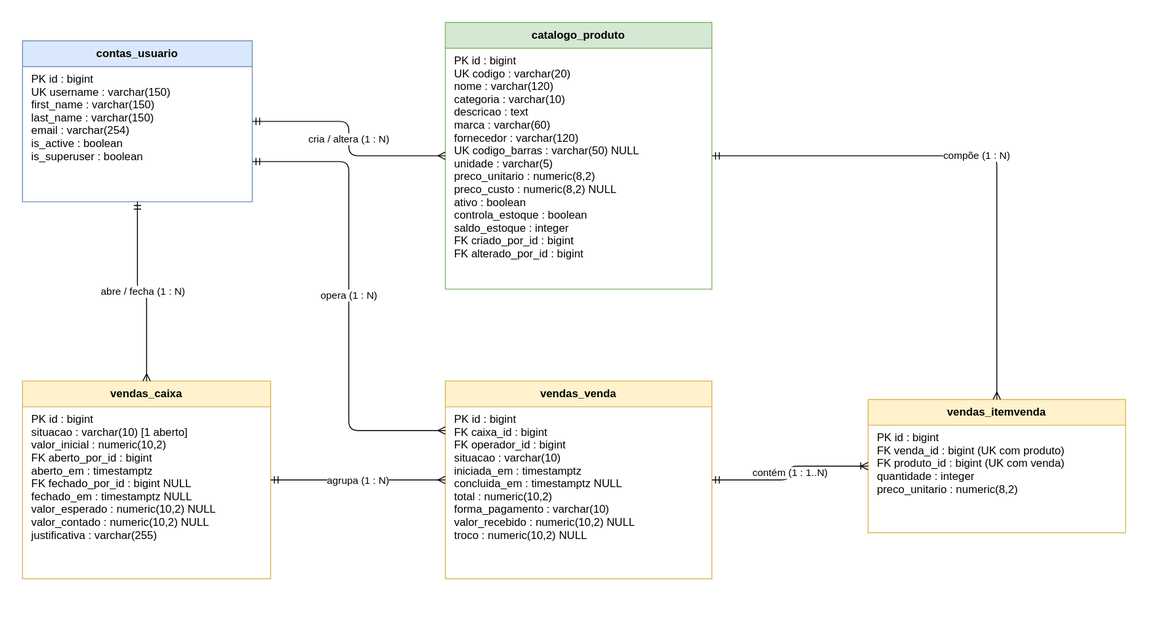
Earlier version of the draw.io export docs/diagramas/diagrama_er.drawio.svg (PedroGasparetto/sistema-dacomp). Source tidied: cells renumbered, new cells last; positions are measured from the earlier drawing's top-left corner, leaving out a move shared by most shapes. Its diagram source:
```xml
<mxGraphModel>
  <root>
    <mxCell id="0" />
    <mxCell id="1" parent="0" />
    <mxCell id="2" value="contas_usuario" style="swimlane;swimlaneFillColor=#ffffff;fontStyle=1;align=center;verticalAlign=top;horizontal=1;startSize=28;fillColor=#dae8fc;strokeColor=#6c8ebf;" parent="1" vertex="1">
      <mxGeometry y="20" width="250" height="175" as="geometry" />
    </mxCell>
    <mxCell id="3" value="PK  id : bigint&#10;UK  username : varchar(150)&#10;      first_name : varchar(150)&#10;      last_name : varchar(150)&#10;      email : varchar(254)&#10;      is_active : boolean&#10;      is_superuser : boolean" style="text;strokeColor=none;fillColor=none;align=left;verticalAlign=top;spacingLeft=8;spacingRight=8;overflow=hidden;" parent="2" vertex="1">
      <mxGeometry y="28" width="250" height="147" as="geometry" />
    </mxCell>
    <mxCell id="4" value="catalogo_produto" style="swimlane;swimlaneFillColor=#ffffff;fontStyle=1;align=center;verticalAlign=top;horizontal=1;startSize=28;fillColor=#d5e8d4;strokeColor=#82b366;" parent="1" vertex="1">
      <mxGeometry x="460" width="290" height="290" as="geometry" />
    </mxCell>
    <mxCell id="5" value="PK  id : bigint&#10;UK  codigo : varchar(20)&#10;      nome : varchar(120)&#10;      categoria : varchar(10)&#10;      descricao : text&#10;      marca : varchar(60)&#10;      fornecedor : varchar(120)&#10;UK  codigo_barras : varchar(50) NULL&#10;      unidade : varchar(5)&#10;      preco_unitario : numeric(8,2)&#10;      preco_custo : numeric(8,2) NULL&#10;      ativo : boolean&#10;      controla_estoque : boolean&#10;      saldo_estoque : integer&#10;FK  criado_por_id : bigint&#10;FK  alterado_por_id : bigint" style="text;strokeColor=none;fillColor=none;align=left;verticalAlign=top;spacingLeft=8;spacingRight=8;overflow=hidden;" parent="4" vertex="1">
      <mxGeometry y="28" width="290" height="262" as="geometry" />
    </mxCell>
    <mxCell id="6" value="vendas_caixa" style="swimlane;swimlaneFillColor=#ffffff;fontStyle=1;align=center;verticalAlign=top;horizontal=1;startSize=28;fillColor=#fff2cc;strokeColor=#d6b656;" parent="1" vertex="1">
      <mxGeometry y="390" width="270" height="215" as="geometry" />
    </mxCell>
    <mxCell id="7" value="PK  id : bigint&#10;      situacao : varchar(10) [1 aberto]&#10;      valor_inicial : numeric(10,2)&#10;FK  aberto_por_id : bigint&#10;      aberto_em : timestamptz&#10;FK  fechado_por_id : bigint NULL&#10;      fechado_em : timestamptz NULL&#10;      valor_esperado : numeric(10,2) NULL&#10;      valor_contado : numeric(10,2) NULL&#10;      justificativa : varchar(255)" style="text;strokeColor=none;fillColor=none;align=left;verticalAlign=top;spacingLeft=8;spacingRight=8;overflow=hidden;" parent="6" vertex="1">
      <mxGeometry y="28" width="270" height="187" as="geometry" />
    </mxCell>
    <mxCell id="8" value="vendas_venda" style="swimlane;swimlaneFillColor=#ffffff;fontStyle=1;align=center;verticalAlign=top;horizontal=1;startSize=28;fillColor=#fff2cc;strokeColor=#d6b656;" parent="1" vertex="1">
      <mxGeometry x="460" y="390" width="290" height="215" as="geometry" />
    </mxCell>
    <mxCell id="9" value="PK  id : bigint&#10;FK  caixa_id : bigint&#10;FK  operador_id : bigint&#10;      situacao : varchar(10)&#10;      iniciada_em : timestamptz&#10;      concluida_em : timestamptz NULL&#10;      total : numeric(10,2)&#10;      forma_pagamento : varchar(10)&#10;      valor_recebido : numeric(10,2) NULL&#10;      troco : numeric(10,2) NULL" style="text;strokeColor=none;fillColor=none;align=left;verticalAlign=top;spacingLeft=8;spacingRight=8;overflow=hidden;" parent="8" vertex="1">
      <mxGeometry y="28" width="290" height="187" as="geometry" />
    </mxCell>
    <mxCell id="10" value="vendas_itemvenda" style="swimlane;swimlaneFillColor=#ffffff;fontStyle=1;align=center;verticalAlign=top;horizontal=1;startSize=28;fillColor=#fff2cc;strokeColor=#d6b656;" parent="1" vertex="1">
      <mxGeometry x="920" y="410" width="280" height="145" as="geometry" />
    </mxCell>
    <mxCell id="11" value="PK  id : bigint&#10;FK  venda_id : bigint (UK com produto)&#10;FK  produto_id : bigint (UK com venda)&#10;      quantidade : integer&#10;      preco_unitario : numeric(8,2)" style="text;strokeColor=none;fillColor=none;align=left;verticalAlign=top;spacingLeft=8;spacingRight=8;overflow=hidden;" parent="10" vertex="1">
      <mxGeometry y="28" width="280" height="117" as="geometry" />
    </mxCell>
    <mxCell id="12" value="cria / altera (1 : N)" style="edgeStyle=orthogonalEdgeStyle;startArrow=ERmandOne;endArrow=ERmany;html=1;labelBackgroundColor=#ffffff;" parent="1" edge="1" source="2" target="4">
      <mxGeometry relative="1" as="geometry" />
    </mxCell>
    <mxCell id="13" value="abre / fecha (1 : N)" style="edgeStyle=orthogonalEdgeStyle;startArrow=ERmandOne;endArrow=ERmany;html=1;labelBackgroundColor=#ffffff;" parent="1" edge="1" source="2" target="6">
      <mxGeometry relative="1" as="geometry" />
    </mxCell>
    <mxCell id="14" value="opera (1 : N)" style="edgeStyle=orthogonalEdgeStyle;exitX=1;exitY=0.75;entryX=0;entryY=0.25;startArrow=ERmandOne;endArrow=ERmany;html=1;labelBackgroundColor=#ffffff;" parent="1" edge="1" source="2" target="8">
      <mxGeometry relative="1" as="geometry">
        <Array as="points">
          <mxPoint x="355" y="151" />
          <mxPoint x="355" y="444" />
        </Array>
      </mxGeometry>
    </mxCell>
    <mxCell id="15" value="agrupa (1 : N)" style="edgeStyle=orthogonalEdgeStyle;startArrow=ERmandOne;endArrow=ERmany;html=1;labelBackgroundColor=#ffffff;" parent="1" edge="1" source="6" target="8">
      <mxGeometry relative="1" as="geometry" />
    </mxCell>
    <mxCell id="16" value="contém (1 : 1..N)" style="edgeStyle=orthogonalEdgeStyle;startArrow=ERmandOne;endArrow=ERoneToMany;html=1;labelBackgroundColor=#ffffff;" parent="1" edge="1" source="8" target="10">
      <mxGeometry relative="1" as="geometry" />
    </mxCell>
    <mxCell id="17" value="compõe (1 : N)" style="edgeStyle=orthogonalEdgeStyle;startArrow=ERmandOne;endArrow=ERmany;html=1;labelBackgroundColor=#ffffff;" parent="1" edge="1" source="4" target="10">
      <mxGeometry relative="1" as="geometry" />
    </mxCell>
  </root>
</mxGraphModel>
```
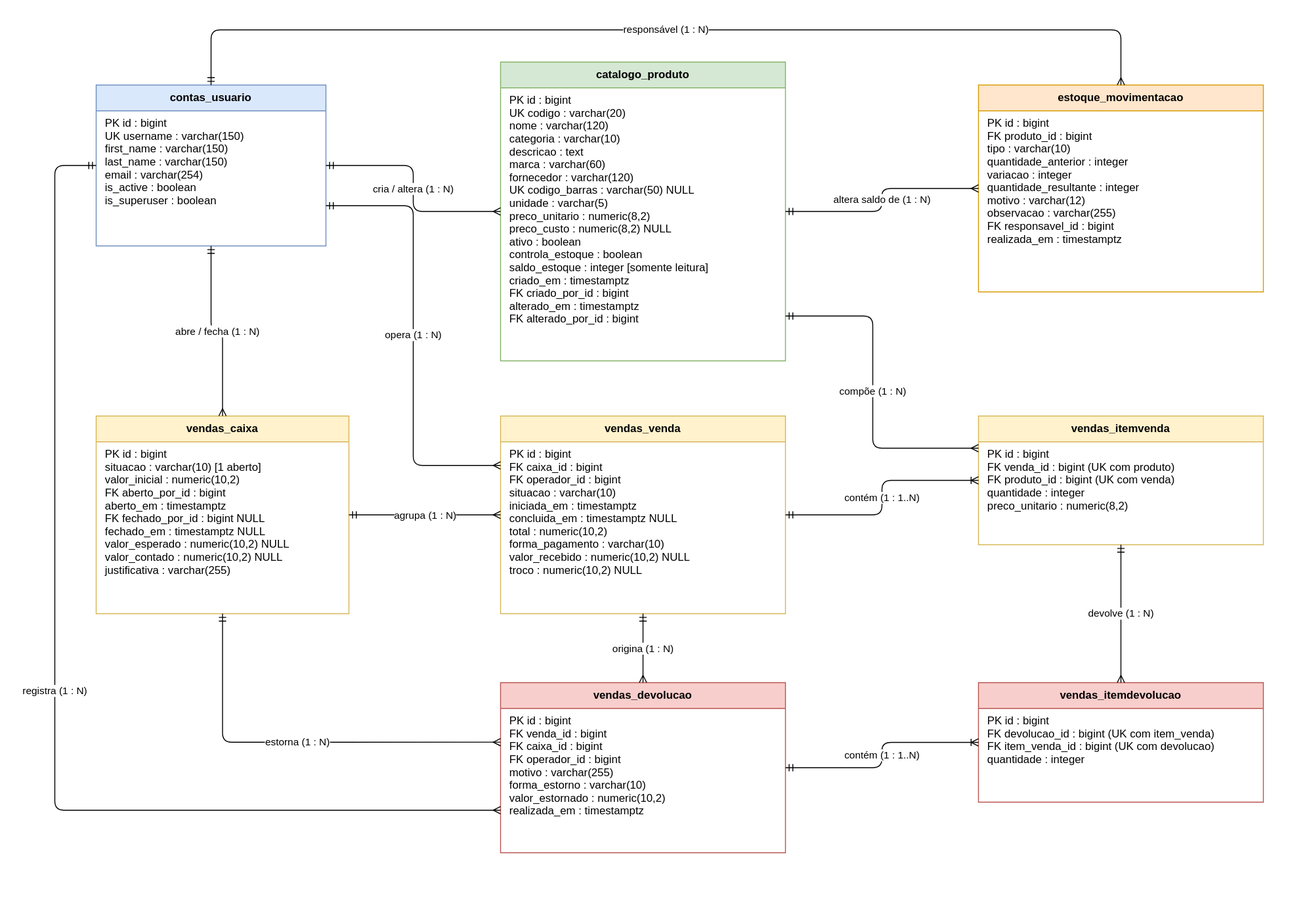
After the commit.

Change to the diagram source:
```diff
@@ -1,48 +1,77 @@
-<mxGraphModel>
+<mxGraphModel background="#ffffff">
   <root>
     <mxCell id="0" />
     <mxCell id="1" parent="0" />
     <mxCell id="2" value="contas_usuario" style="swimlane;swimlaneFillColor=#ffffff;fontStyle=1;align=center;verticalAlign=top;horizontal=1;startSize=28;fillColor=#dae8fc;strokeColor=#6c8ebf;" parent="1" vertex="1">
-      <mxGeometry y="20" width="250" height="175" as="geometry" />
+      <mxGeometry x="30" y="50" width="250" height="175" as="geometry" />
     </mxCell>
     <mxCell id="3" value="PK  id : bigint&#10;UK  username : varchar(150)&#10;      first_name : varchar(150)&#10;      last_name : varchar(150)&#10;      email : varchar(254)&#10;      is_active : boolean&#10;      is_superuser : boolean" style="text;strokeColor=none;fillColor=none;align=left;verticalAlign=top;spacingLeft=8;spacingRight=8;overflow=hidden;" parent="2" vertex="1">
       <mxGeometry y="28" width="250" height="147" as="geometry" />
     </mxCell>
     <mxCell id="4" value="catalogo_produto" style="swimlane;swimlaneFillColor=#ffffff;fontStyle=1;align=center;verticalAlign=top;horizontal=1;startSize=28;fillColor=#d5e8d4;strokeColor=#82b366;" parent="1" vertex="1">
-      <mxGeometry x="460" width="290" height="290" as="geometry" />
+      <mxGeometry x="470" y="25" width="310" height="325" as="geometry" />
     </mxCell>
-    <mxCell id="5" value="PK  id : bigint&#10;UK  codigo : varchar(20)&#10;      nome : varchar(120)&#10;      categoria : varchar(10)&#10;      descricao : text&#10;      marca : varchar(60)&#10;      fornecedor : varchar(120)&#10;UK  codigo_barras : varchar(50) NULL&#10;      unidade : varchar(5)&#10;      preco_unitario : numeric(8,2)&#10;      preco_custo : numeric(8,2) NULL&#10;      ativo : boolean&#10;      controla_estoque : boolean&#10;      saldo_estoque : integer&#10;FK  criado_por_id : bigint&#10;FK  alterado_por_id : bigint" style="text;strokeColor=none;fillColor=none;align=left;verticalAlign=top;spacingLeft=8;spacingRight=8;overflow=hidden;" parent="4" vertex="1">
-      <mxGeometry y="28" width="290" height="262" as="geometry" />
+    <mxCell id="5" value="PK  id : bigint&#10;UK  codigo : varchar(20)&#10;      nome : varchar(120)&#10;      categoria : varchar(10)&#10;      descricao : text&#10;      marca : varchar(60)&#10;      fornecedor : varchar(120)&#10;UK  codigo_barras : varchar(50) NULL&#10;      unidade : varchar(5)&#10;      preco_unitario : numeric(8,2)&#10;      preco_custo : numeric(8,2) NULL&#10;      ativo : boolean&#10;      controla_estoque : boolean&#10;      saldo_estoque : integer [somente leitura]&#10;      criado_em : timestamptz&#10;FK  criado_por_id : bigint&#10;      alterado_em : timestamptz&#10;FK  alterado_por_id : bigint" style="text;strokeColor=none;fillColor=none;align=left;verticalAlign=top;spacingLeft=8;spacingRight=8;overflow=hidden;" parent="4" vertex="1">
+      <mxGeometry y="28" width="310" height="297" as="geometry" />
     </mxCell>
+    <mxCell id="18" value="estoque_movimentacao" style="swimlane;swimlaneFillColor=#ffffff;fontStyle=1;align=center;verticalAlign=top;horizontal=1;startSize=28;fillColor=#ffe6cc;strokeColor=#d79b00;" parent="1" vertex="1">
+      <mxGeometry x="990" y="50" width="310" height="225" as="geometry" />
+    </mxCell>
+    <mxCell id="19" value="PK  id : bigint&#10;FK  produto_id : bigint&#10;      tipo : varchar(10)&#10;      quantidade_anterior : integer&#10;      variacao : integer&#10;      quantidade_resultante : integer&#10;      motivo : varchar(12)&#10;      observacao : varchar(255)&#10;FK  responsavel_id : bigint&#10;      realizada_em : timestamptz" style="text;strokeColor=none;fillColor=none;align=left;verticalAlign=top;spacingLeft=8;spacingRight=8;overflow=hidden;" parent="18" vertex="1">
+      <mxGeometry y="28" width="310" height="197" as="geometry" />
+    </mxCell>
     <mxCell id="6" value="vendas_caixa" style="swimlane;swimlaneFillColor=#ffffff;fontStyle=1;align=center;verticalAlign=top;horizontal=1;startSize=28;fillColor=#fff2cc;strokeColor=#d6b656;" parent="1" vertex="1">
-      <mxGeometry y="390" width="270" height="215" as="geometry" />
+      <mxGeometry x="30" y="410" width="275" height="215" as="geometry" />
     </mxCell>
     <mxCell id="7" value="PK  id : bigint&#10;      situacao : varchar(10) [1 aberto]&#10;      valor_inicial : numeric(10,2)&#10;FK  aberto_por_id : bigint&#10;      aberto_em : timestamptz&#10;FK  fechado_por_id : bigint NULL&#10;      fechado_em : timestamptz NULL&#10;      valor_esperado : numeric(10,2) NULL&#10;      valor_contado : numeric(10,2) NULL&#10;      justificativa : varchar(255)" style="text;strokeColor=none;fillColor=none;align=left;verticalAlign=top;spacingLeft=8;spacingRight=8;overflow=hidden;" parent="6" vertex="1">
-      <mxGeometry y="28" width="270" height="187" as="geometry" />
+      <mxGeometry y="28" width="275" height="187" as="geometry" />
     </mxCell>
     <mxCell id="8" value="vendas_venda" style="swimlane;swimlaneFillColor=#ffffff;fontStyle=1;align=center;verticalAlign=top;horizontal=1;startSize=28;fillColor=#fff2cc;strokeColor=#d6b656;" parent="1" vertex="1">
-      <mxGeometry x="460" y="390" width="290" height="215" as="geometry" />
+      <mxGeometry x="470" y="410" width="310" height="215" as="geometry" />
     </mxCell>
     <mxCell id="9" value="PK  id : bigint&#10;FK  caixa_id : bigint&#10;FK  operador_id : bigint&#10;      situacao : varchar(10)&#10;      iniciada_em : timestamptz&#10;      concluida_em : timestamptz NULL&#10;      total : numeric(10,2)&#10;      forma_pagamento : varchar(10)&#10;      valor_recebido : numeric(10,2) NULL&#10;      troco : numeric(10,2) NULL" style="text;strokeColor=none;fillColor=none;align=left;verticalAlign=top;spacingLeft=8;spacingRight=8;overflow=hidden;" parent="8" vertex="1">
-      <mxGeometry y="28" width="290" height="187" as="geometry" />
+      <mxGeometry y="28" width="310" height="187" as="geometry" />
     </mxCell>
     <mxCell id="10" value="vendas_itemvenda" style="swimlane;swimlaneFillColor=#ffffff;fontStyle=1;align=center;verticalAlign=top;horizontal=1;startSize=28;fillColor=#fff2cc;strokeColor=#d6b656;" parent="1" vertex="1">
-      <mxGeometry x="920" y="410" width="280" height="145" as="geometry" />
+      <mxGeometry x="990" y="410" width="310" height="140" as="geometry" />
     </mxCell>
     <mxCell id="11" value="PK  id : bigint&#10;FK  venda_id : bigint (UK com produto)&#10;FK  produto_id : bigint (UK com venda)&#10;      quantidade : integer&#10;      preco_unitario : numeric(8,2)" style="text;strokeColor=none;fillColor=none;align=left;verticalAlign=top;spacingLeft=8;spacingRight=8;overflow=hidden;" parent="10" vertex="1">
-      <mxGeometry y="28" width="280" height="117" as="geometry" />
+      <mxGeometry y="28" width="310" height="112" as="geometry" />
     </mxCell>
+    <mxCell id="20" value="vendas_devolucao" style="swimlane;swimlaneFillColor=#ffffff;fontStyle=1;align=center;verticalAlign=top;horizontal=1;startSize=28;fillColor=#f8cecc;strokeColor=#b85450;" parent="1" vertex="1">
+      <mxGeometry x="470" y="700" width="310" height="185" as="geometry" />
+    </mxCell>
+    <mxCell id="21" value="PK  id : bigint&#10;FK  venda_id : bigint&#10;FK  caixa_id : bigint&#10;FK  operador_id : bigint&#10;      motivo : varchar(255)&#10;      forma_estorno : varchar(10)&#10;      valor_estornado : numeric(10,2)&#10;      realizada_em : timestamptz" style="text;strokeColor=none;fillColor=none;align=left;verticalAlign=top;spacingLeft=8;spacingRight=8;overflow=hidden;" parent="20" vertex="1">
+      <mxGeometry y="28" width="310" height="157" as="geometry" />
+    </mxCell>
+    <mxCell id="22" value="vendas_itemdevolucao" style="swimlane;swimlaneFillColor=#ffffff;fontStyle=1;align=center;verticalAlign=top;horizontal=1;startSize=28;fillColor=#f8cecc;strokeColor=#b85450;" parent="1" vertex="1">
+      <mxGeometry x="990" y="700" width="310" height="130" as="geometry" />
+    </mxCell>
+    <mxCell id="23" value="PK  id : bigint&#10;FK  devolucao_id : bigint (UK com item_venda)&#10;FK  item_venda_id : bigint (UK com devolucao)&#10;      quantidade : integer" style="text;strokeColor=none;fillColor=none;align=left;verticalAlign=top;spacingLeft=8;spacingRight=8;overflow=hidden;" parent="22" vertex="1">
+      <mxGeometry y="28" width="310" height="102" as="geometry" />
+    </mxCell>
     <mxCell id="12" value="cria / altera (1 : N)" style="edgeStyle=orthogonalEdgeStyle;startArrow=ERmandOne;endArrow=ERmany;html=1;labelBackgroundColor=#ffffff;" parent="1" edge="1" source="2" target="4">
       <mxGeometry relative="1" as="geometry" />
     </mxCell>
+    <mxCell id="24" value="responsável (1 : N)" style="edgeStyle=orthogonalEdgeStyle;exitX=0.5;exitY=0;entryX=0.5;entryY=0;startArrow=ERmandOne;endArrow=ERmany;html=1;labelBackgroundColor=#ffffff;" parent="1" edge="1" source="2" target="18">
+      <mxGeometry relative="1" as="geometry">
+        <Array as="points">
+          <mxPoint x="155" y="-10" />
+          <mxPoint x="1145" y="-10" />
+        </Array>
+      </mxGeometry>
+    </mxCell>
+    <mxCell id="25" value="altera saldo de (1 : N)" style="edgeStyle=orthogonalEdgeStyle;startArrow=ERmandOne;endArrow=ERmany;html=1;labelBackgroundColor=#ffffff;" parent="1" edge="1" source="4" target="18">
+      <mxGeometry relative="1" as="geometry" />
+    </mxCell>
     <mxCell id="13" value="abre / fecha (1 : N)" style="edgeStyle=orthogonalEdgeStyle;startArrow=ERmandOne;endArrow=ERmany;html=1;labelBackgroundColor=#ffffff;" parent="1" edge="1" source="2" target="6">
       <mxGeometry relative="1" as="geometry" />
     </mxCell>
     <mxCell id="14" value="opera (1 : N)" style="edgeStyle=orthogonalEdgeStyle;exitX=1;exitY=0.75;entryX=0;entryY=0.25;startArrow=ERmandOne;endArrow=ERmany;html=1;labelBackgroundColor=#ffffff;" parent="1" edge="1" source="2" target="8">
       <mxGeometry relative="1" as="geometry">
         <Array as="points">
-          <mxPoint x="355" y="151" />
-          <mxPoint x="355" y="444" />
+          <mxPoint x="375" y="181" />
+          <mxPoint x="375" y="464" />
         </Array>
       </mxGeometry>
     </mxCell>
@@ -52,8 +81,37 @@
     <mxCell id="16" value="contém (1 : 1..N)" style="edgeStyle=orthogonalEdgeStyle;startArrow=ERmandOne;endArrow=ERoneToMany;html=1;labelBackgroundColor=#ffffff;" parent="1" edge="1" source="8" target="10">
       <mxGeometry relative="1" as="geometry" />
     </mxCell>
-    <mxCell id="17" value="compõe (1 : N)" style="edgeStyle=orthogonalEdgeStyle;startArrow=ERmandOne;endArrow=ERmany;html=1;labelBackgroundColor=#ffffff;" parent="1" edge="1" source="4" target="10">
-      <mxGeometry relative="1" as="geometry" />
+    <mxCell id="17" value="compõe (1 : N)" style="edgeStyle=orthogonalEdgeStyle;exitX=1;exitY=0.85;entryX=0;entryY=0.25;startArrow=ERmandOne;endArrow=ERmany;html=1;labelBackgroundColor=#ffffff;" parent="1" edge="1" source="4" target="10">
+      <mxGeometry relative="1" as="geometry">
+        <Array as="points">
+          <mxPoint x="875" y="301" />
+          <mxPoint x="875" y="445" />
+        </Array>
+      </mxGeometry>
     </mxCell>
+    <mxCell id="26" value="origina (1 : N)" style="edgeStyle=orthogonalEdgeStyle;startArrow=ERmandOne;endArrow=ERmany;html=1;labelBackgroundColor=#ffffff;" parent="1" edge="1" source="8" target="20">
+      <mxGeometry relative="1" as="geometry" />
+    </mxCell>
+    <mxCell id="27" value="estorna (1 : N)" style="edgeStyle=orthogonalEdgeStyle;exitX=0.5;exitY=1;entryX=0;entryY=0.35;startArrow=ERmandOne;endArrow=ERmany;html=1;labelBackgroundColor=#ffffff;" parent="1" edge="1" source="6" target="20">
+      <mxGeometry relative="1" as="geometry">
+        <Array as="points">
+          <mxPoint x="168" y="765" />
+        </Array>
+      </mxGeometry>
+    </mxCell>
+    <mxCell id="28" value="registra (1 : N)" style="edgeStyle=orthogonalEdgeStyle;exitX=0;exitY=0.5;entryX=0;entryY=0.75;startArrow=ERmandOne;endArrow=ERmany;html=1;labelBackgroundColor=#ffffff;" parent="1" edge="1" source="2" target="20">
+      <mxGeometry relative="1" as="geometry">
+        <Array as="points">
+          <mxPoint x="-15" y="138" />
+          <mxPoint x="-15" y="839" />
+        </Array>
+      </mxGeometry>
+    </mxCell>
+    <mxCell id="29" value="contém (1 : 1..N)" style="edgeStyle=orthogonalEdgeStyle;startArrow=ERmandOne;endArrow=ERoneToMany;html=1;labelBackgroundColor=#ffffff;" parent="1" edge="1" source="20" target="22">
+      <mxGeometry relative="1" as="geometry" />
+    </mxCell>
+    <mxCell id="30" value="devolve (1 : N)" style="edgeStyle=orthogonalEdgeStyle;startArrow=ERmandOne;endArrow=ERmany;html=1;labelBackgroundColor=#ffffff;" parent="1" edge="1" source="10" target="22">
+      <mxGeometry relative="1" as="geometry" />
+    </mxCell>
   </root>
 </mxGraphModel>
```
